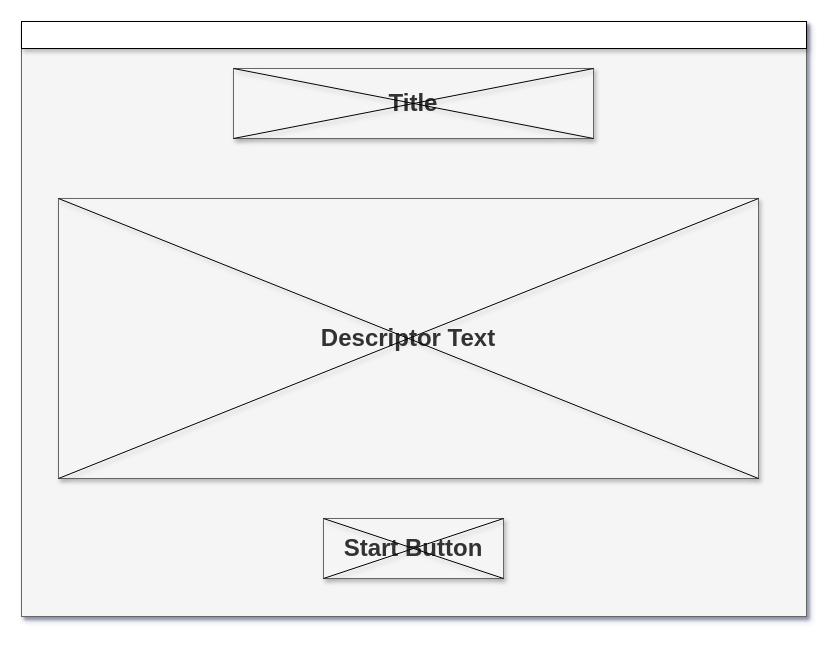
Before: Diagrams/Layouts/MainInterface-Wireframe.drawio in Renegade-Master/stellaris-species-editor, a draw.io diagram. Source tidied: cells renumbered, new cells numbered last; positions are measured from the earlier drawing's top-left corner, leaving out a move shared by most shapes. Both pictures are drawn from the tidied source at 100%, with x=0, y=0 at pixel (21, 21).
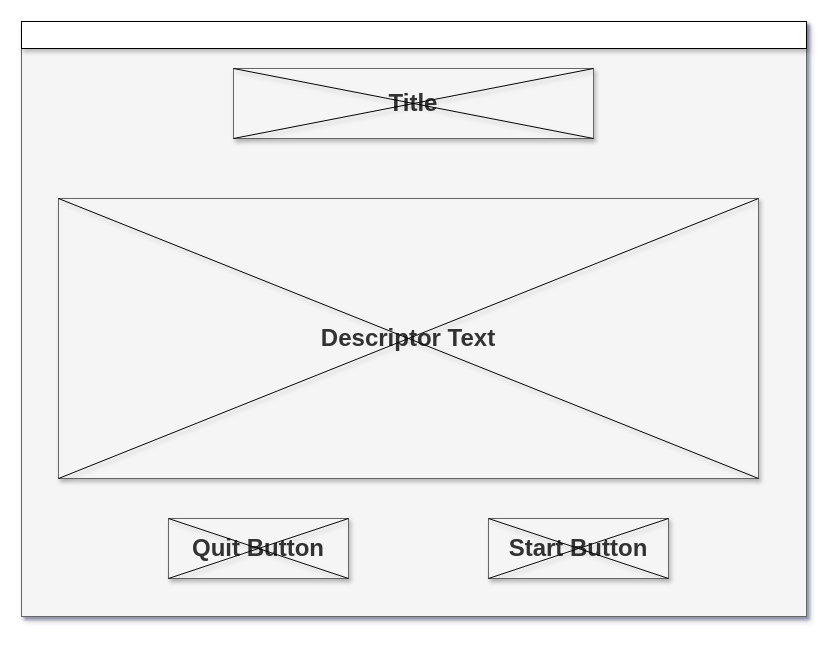
After the change.

Commit message (it also covers changes not shown here):
Rearranged main interface; Modified diagrams; (#8)

The edit, as a diff of the source:
```diff
@@
 <mxGraphModel shadow="1">
   <root>
     <mxCell id="0" />
     <mxCell id="1" parent="0" />
     <mxCell id="2" style="group;shadow=1;" parent="1" vertex="1">
       <mxGeometry width="785" height="595" as="geometry" />
     </mxCell>
     <mxCell id="3" style="rounded=0;whiteSpace=wrap;html=1;fillColor=#f5f5f5;strokeColor=#666666;fontColor=#333333;shadow=1;" parent="2" vertex="1">
       <mxGeometry width="785" height="595" as="geometry" />
     </mxCell>
     <mxCell id="4" style="rounded=0;whiteSpace=wrap;html=1;shadow=1;" parent="2" vertex="1">
       <mxGeometry width="785" height="27" as="geometry" />
     </mxCell>
     <mxCell id="5" style="group;shadow=1;sketch=0;rounded=0;" parent="1" vertex="1">
       <mxGeometry x="37" y="177" width="700" height="280" as="geometry" />
     </mxCell>
     <mxCell id="6" value="&lt;font style=&quot;font-size: 24px&quot;&gt;&lt;b&gt;Descriptor Text&lt;/b&gt;&lt;/font&gt;" style="rounded=0;whiteSpace=wrap;html=1;fillColor=#f5f5f5;strokeColor=#666666;fontColor=#333333;shadow=1;sketch=0;" parent="5" vertex="1">
       <mxGeometry width="700" height="280" as="geometry" />
     </mxCell>
     <mxCell id="7" style="endArrow=none;html=1;entryX=1;entryY=1;entryDx=0;entryDy=0;exitX=0;exitY=0;exitDx=0;exitDy=0;strokeColor=#030303;shadow=1;" parent="5" edge="1" source="6" target="6">
       <mxGeometry relative="1" as="geometry" />
     </mxCell>
     <mxCell id="8" style="endArrow=none;html=1;entryX=0;entryY=1;entryDx=0;entryDy=0;exitX=1;exitY=0;exitDx=0;exitDy=0;strokeColor=#030303;shadow=1;" parent="5" edge="1" source="6" target="6">
       <mxGeometry relative="1" as="geometry" />
     </mxCell>
-    <mxCell id="9" value="&lt;font style=&quot;font-size: 24px&quot;&gt;&lt;b&gt;Start Button&lt;/b&gt;&lt;/font&gt;" style="rounded=0;whiteSpace=wrap;html=1;fillColor=#f5f5f5;strokeColor=#666666;fontColor=#333333;shadow=1;sketch=0;" parent="1" vertex="1">
-      <mxGeometry x="302" y="497" width="180" height="60" as="geometry" />
+    <mxCell id="9" value="&lt;font style=&quot;font-size: 24px&quot;&gt;&lt;b&gt;Quit Button&lt;/b&gt;&lt;/font&gt;" style="rounded=0;whiteSpace=wrap;html=1;fillColor=#f5f5f5;strokeColor=#666666;fontColor=#333333;shadow=1;sketch=0;" parent="1" vertex="1">
+      <mxGeometry x="147" y="497" width="180" height="60" as="geometry" />
     </mxCell>
     <mxCell id="10" style="endArrow=none;html=1;entryX=1;entryY=1;entryDx=0;entryDy=0;exitX=0;exitY=0;exitDx=0;exitDy=0;strokeColor=#030303;shadow=1;" parent="1" edge="1" source="9" target="9">
       <mxGeometry relative="1" as="geometry" />
     </mxCell>
     <mxCell id="11" style="endArrow=none;html=1;entryX=0;entryY=1;entryDx=0;entryDy=0;exitX=1;exitY=0;exitDx=0;exitDy=0;strokeColor=#030303;shadow=1;" parent="1" edge="1" source="9" target="9">
       <mxGeometry relative="1" as="geometry" />
     </mxCell>
     <mxCell id="12" style="group;shadow=1;sketch=0;rounded=0;" parent="1" vertex="1">
       <mxGeometry x="212" y="47" width="360" height="70" as="geometry" />
     </mxCell>
     <mxCell id="13" value="&lt;font style=&quot;font-size: 24px&quot;&gt;&lt;b&gt;Title&lt;/b&gt;&lt;/font&gt;" style="rounded=0;whiteSpace=wrap;html=1;fillColor=#f5f5f5;strokeColor=#666666;fontColor=#333333;shadow=1;" parent="12" vertex="1">
       <mxGeometry width="360" height="70" as="geometry" />
     </mxCell>
     <mxCell id="14" style="endArrow=none;html=1;entryX=1;entryY=1;entryDx=0;entryDy=0;exitX=0;exitY=0;exitDx=0;exitDy=0;strokeColor=#030303;shadow=1;" parent="12" edge="1" source="13" target="13">
       <mxGeometry relative="1" as="geometry" />
     </mxCell>
     <mxCell id="15" style="endArrow=none;html=1;entryX=0;entryY=1;entryDx=0;entryDy=0;exitX=1;exitY=0;exitDx=0;exitDy=0;strokeColor=#030303;shadow=1;" parent="12" edge="1" source="13" target="13">
       <mxGeometry relative="1" as="geometry" />
     </mxCell>
+    <mxCell id="16" value="&lt;font style=&quot;font-size: 24px&quot;&gt;&lt;b&gt;Start Button&lt;/b&gt;&lt;/font&gt;" style="rounded=0;whiteSpace=wrap;html=1;fillColor=#f5f5f5;strokeColor=#666666;fontColor=#333333;shadow=1;sketch=0;" parent="1" vertex="1">
+      <mxGeometry x="467" y="497" width="180" height="60" as="geometry" />
+    </mxCell>
+    <mxCell id="17" style="endArrow=none;html=1;entryX=1;entryY=1;entryDx=0;entryDy=0;exitX=0;exitY=0;exitDx=0;exitDy=0;strokeColor=#030303;shadow=1;" parent="1" edge="1" source="16" target="16">
+      <mxGeometry relative="1" as="geometry" />
+    </mxCell>
+    <mxCell id="18" style="endArrow=none;html=1;entryX=0;entryY=1;entryDx=0;entryDy=0;exitX=1;exitY=0;exitDx=0;exitDy=0;strokeColor=#030303;shadow=1;" parent="1" edge="1" source="16" target="16">
+      <mxGeometry relative="1" as="geometry" />
+    </mxCell>
   </root>
 </mxGraphModel>
```
